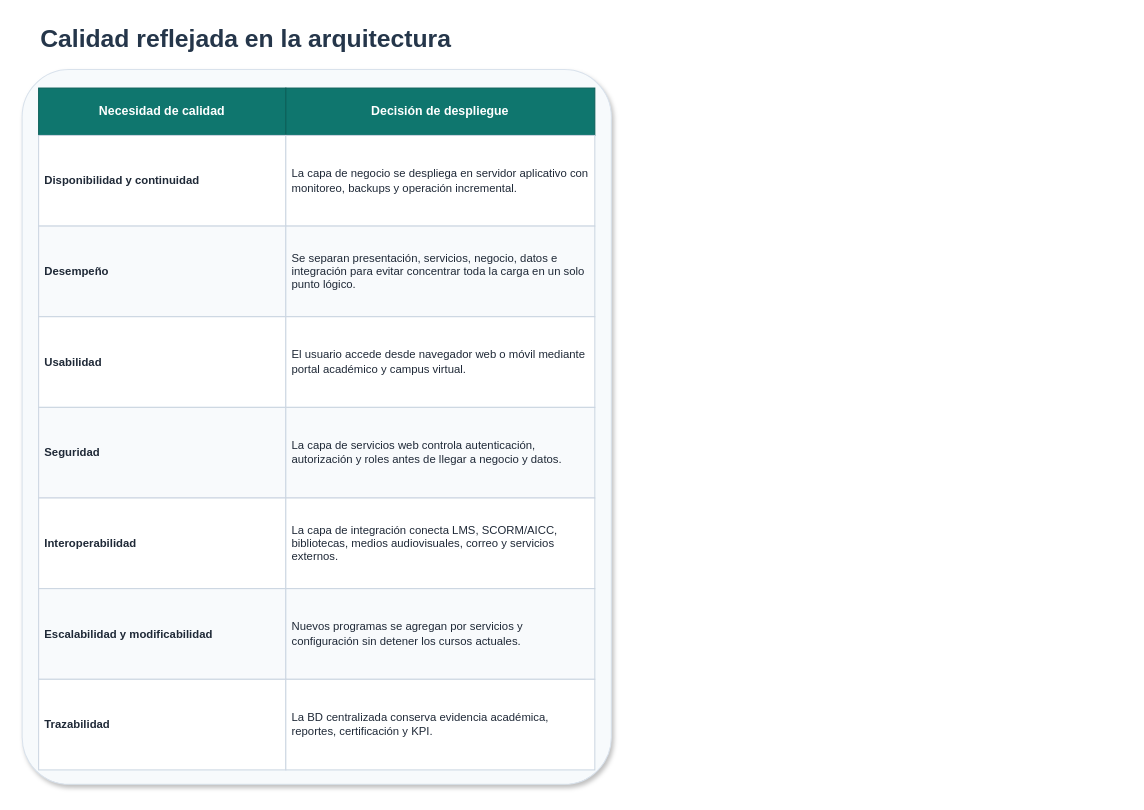
This is page "Calidad reflejada en la arquitectura" (3 of 3) of diagramas/tablas/Tablas_Arquitectura_Despliegue_BLearning.drawio from Jsue46/exposicionayd, a draw.io file, before an edit. Source tidied: cells renumbered, new cells numbered last; positions are measured from the earlier drawing's top-left corner, leaving out a move shared by most shapes. Both pictures are drawn from the tidied source at 103%, with x=0, y=0 at pixel (22, 18).
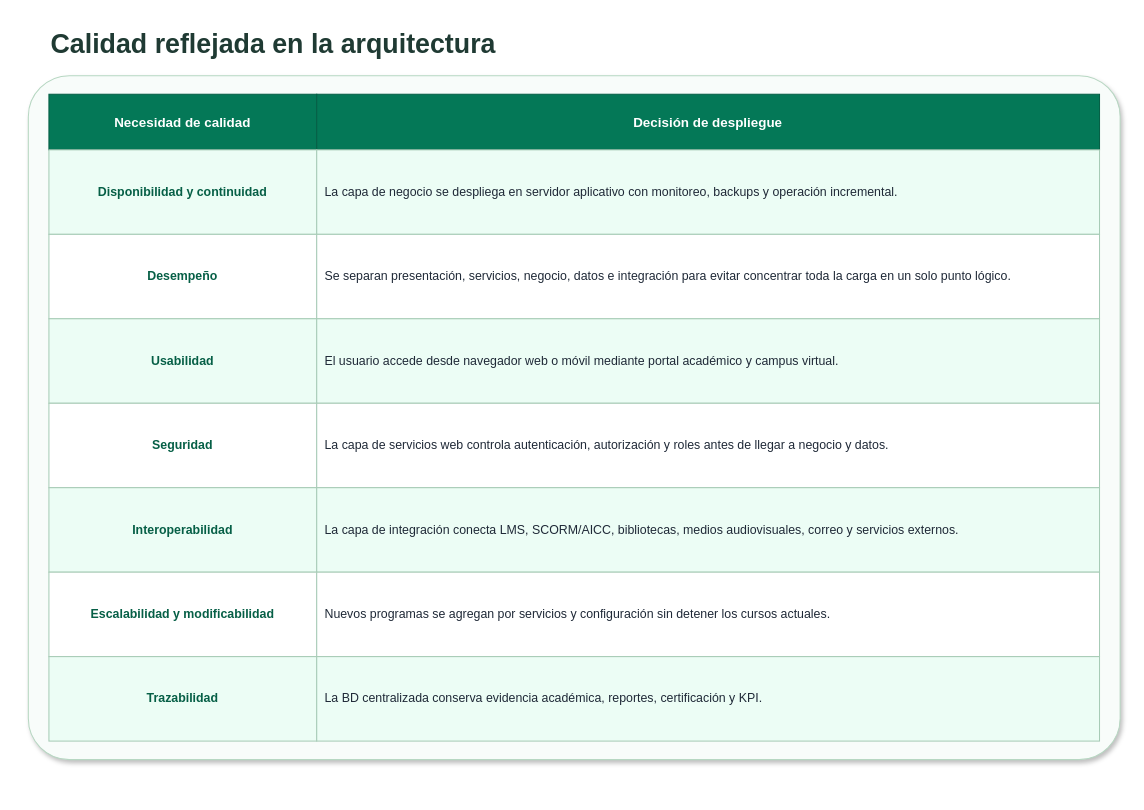
The same diagram, later.

Change to the diagram source:
```diff
@@
 <mxGraphModel>
   <root>
     <mxCell id="0" />
     <mxCell id="1" parent="0" />
-    <mxCell id="2" value="Calidad reflejada en la arquitectura" style="text;html=1;strokeColor=none;fillColor=none;align=left;verticalAlign=middle;whiteSpace=wrap;rounded=0;fontSize=24;fontStyle=1;fontColor=#25364A;" parent="1" vertex="1">
-      <mxGeometry x="16" width="540" height="42" as="geometry" />
+    <mxCell id="2" value="Calidad reflejada en la arquitectura" style="text;html=1;strokeColor=none;fillColor=none;align=left;verticalAlign=middle;whiteSpace=wrap;rounded=0;fontSize=26;fontStyle=1;fontColor=#1F3A33;" parent="1" vertex="1">
+      <mxGeometry x="26" y="2" width="1020" height="46" as="geometry" />
     </mxCell>
-    <mxCell id="3" style="rounded=1;whiteSpace=wrap;html=1;fillColor=#F7FAFC;strokeColor=#D9E2EC;arcSize=8;shadow=1;" parent="1" vertex="1">
-      <mxGeometry y="50" width="572" height="694" as="geometry" />
+    <mxCell id="3" style="rounded=1;whiteSpace=wrap;html=1;fillColor=#F8FCFA;strokeColor=#B7D7C2;arcSize=6;shadow=1;" parent="1" vertex="1">
+      <mxGeometry x="6" y="56" width="1060" height="664" as="geometry" />
     </mxCell>
-    <mxCell id="4" value="Necesidad de calidad" style="rounded=0;whiteSpace=wrap;html=1;fillColor=#0F766E;strokeColor=#0B5F59;fontColor=#FFFFFF;fontStyle=1;align=center;verticalAlign=middle;fontSize=12;spacing=6;" parent="1" vertex="1">
-      <mxGeometry x="16" y="68" width="240" height="46" as="geometry" />
+    <mxCell id="4" value="Necesidad de calidad" style="rounded=0;whiteSpace=wrap;html=1;fillColor=#047857;strokeColor=#065F46;fontColor=#FFFFFF;fontStyle=1;align=center;verticalAlign=middle;fontSize=13;spacing=8;" parent="1" vertex="1">
+      <mxGeometry x="26" y="74" width="260" height="54" as="geometry" />
     </mxCell>
-    <mxCell id="5" value="Decisión de despliegue" style="rounded=0;whiteSpace=wrap;html=1;fillColor=#0F766E;strokeColor=#0B5F59;fontColor=#FFFFFF;fontStyle=1;align=center;verticalAlign=middle;fontSize=12;spacing=6;" parent="1" vertex="1">
-      <mxGeometry x="256" y="68" width="300" height="46" as="geometry" />
+    <mxCell id="5" value="Decisión de despliegue" style="rounded=0;whiteSpace=wrap;html=1;fillColor=#047857;strokeColor=#065F46;fontColor=#FFFFFF;fontStyle=1;align=center;verticalAlign=middle;fontSize=13;spacing=8;" parent="1" vertex="1">
+      <mxGeometry x="286" y="74" width="760" height="54" as="geometry" />
     </mxCell>
-    <mxCell id="6" value="Disponibilidad y continuidad" style="rounded=0;whiteSpace=wrap;html=1;fillColor=#FFFFFF;strokeColor=#CBD5E1;fontColor=#1F2937;fontStyle=1;align=left;verticalAlign=middle;fontSize=11;spacing=6;" parent="1" vertex="1">
-      <mxGeometry x="16" y="114" width="240" height="88" as="geometry" />
+    <mxCell id="6" value="Disponibilidad y continuidad" style="rounded=0;whiteSpace=wrap;html=1;fillColor=#ECFDF5;strokeColor=#A7CBB6;fontColor=#065F46;fontStyle=1;align=center;verticalAlign=middle;fontSize=12;spacing=8;" parent="1" vertex="1">
+      <mxGeometry x="26" y="128" width="260" height="82" as="geometry" />
     </mxCell>
-    <mxCell id="7" value="La capa de negocio se despliega en servidor aplicativo con monitoreo, backups y operación incremental." style="rounded=0;whiteSpace=wrap;html=1;fillColor=#FFFFFF;strokeColor=#CBD5E1;fontColor=#1F2937;fontStyle=0;align=left;verticalAlign=middle;fontSize=11;spacing=6;" parent="1" vertex="1">
-      <mxGeometry x="256" y="114" width="300" height="88" as="geometry" />
+    <mxCell id="7" value="La capa de negocio se despliega en servidor aplicativo con monitoreo, backups y operación incremental." style="rounded=0;whiteSpace=wrap;html=1;fillColor=#ECFDF5;strokeColor=#A7CBB6;fontColor=#1F2937;fontStyle=0;align=left;verticalAlign=middle;fontSize=12;spacing=8;" parent="1" vertex="1">
+      <mxGeometry x="286" y="128" width="760" height="82" as="geometry" />
     </mxCell>
-    <mxCell id="8" value="Desempeño" style="rounded=0;whiteSpace=wrap;html=1;fillColor=#F8FAFC;strokeColor=#CBD5E1;fontColor=#1F2937;fontStyle=1;align=left;verticalAlign=middle;fontSize=11;spacing=6;" parent="1" vertex="1">
-      <mxGeometry x="16" y="202" width="240" height="88" as="geometry" />
+    <mxCell id="8" value="Desempeño" style="rounded=0;whiteSpace=wrap;html=1;fillColor=#FFFFFF;strokeColor=#A7CBB6;fontColor=#065F46;fontStyle=1;align=center;verticalAlign=middle;fontSize=12;spacing=8;" parent="1" vertex="1">
+      <mxGeometry x="26" y="210" width="260" height="82" as="geometry" />
     </mxCell>
-    <mxCell id="9" value="Se separan presentación, servicios, negocio, datos e integración para evitar concentrar toda la carga en un solo punto lógico." style="rounded=0;whiteSpace=wrap;html=1;fillColor=#F8FAFC;strokeColor=#CBD5E1;fontColor=#1F2937;fontStyle=0;align=left;verticalAlign=middle;fontSize=11;spacing=6;" parent="1" vertex="1">
-      <mxGeometry x="256" y="202" width="300" height="88" as="geometry" />
+    <mxCell id="9" value="Se separan presentación, servicios, negocio, datos e integración para evitar concentrar toda la carga en un solo punto lógico." style="rounded=0;whiteSpace=wrap;html=1;fillColor=#FFFFFF;strokeColor=#A7CBB6;fontColor=#1F2937;fontStyle=0;align=left;verticalAlign=middle;fontSize=12;spacing=8;" parent="1" vertex="1">
+      <mxGeometry x="286" y="210" width="760" height="82" as="geometry" />
     </mxCell>
-    <mxCell id="10" value="Usabilidad" style="rounded=0;whiteSpace=wrap;html=1;fillColor=#FFFFFF;strokeColor=#CBD5E1;fontColor=#1F2937;fontStyle=1;align=left;verticalAlign=middle;fontSize=11;spacing=6;" parent="1" vertex="1">
-      <mxGeometry x="16" y="290" width="240" height="88" as="geometry" />
+    <mxCell id="10" value="Usabilidad" style="rounded=0;whiteSpace=wrap;html=1;fillColor=#ECFDF5;strokeColor=#A7CBB6;fontColor=#065F46;fontStyle=1;align=center;verticalAlign=middle;fontSize=12;spacing=8;" parent="1" vertex="1">
+      <mxGeometry x="26" y="292" width="260" height="82" as="geometry" />
     </mxCell>
-    <mxCell id="11" value="El usuario accede desde navegador web o móvil mediante portal académico y campus virtual." style="rounded=0;whiteSpace=wrap;html=1;fillColor=#FFFFFF;strokeColor=#CBD5E1;fontColor=#1F2937;fontStyle=0;align=left;verticalAlign=middle;fontSize=11;spacing=6;" parent="1" vertex="1">
-      <mxGeometry x="256" y="290" width="300" height="88" as="geometry" />
+    <mxCell id="11" value="El usuario accede desde navegador web o móvil mediante portal académico y campus virtual." style="rounded=0;whiteSpace=wrap;html=1;fillColor=#ECFDF5;strokeColor=#A7CBB6;fontColor=#1F2937;fontStyle=0;align=left;verticalAlign=middle;fontSize=12;spacing=8;" parent="1" vertex="1">
+      <mxGeometry x="286" y="292" width="760" height="82" as="geometry" />
     </mxCell>
-    <mxCell id="12" value="Seguridad" style="rounded=0;whiteSpace=wrap;html=1;fillColor=#F8FAFC;strokeColor=#CBD5E1;fontColor=#1F2937;fontStyle=1;align=left;verticalAlign=middle;fontSize=11;spacing=6;" parent="1" vertex="1">
-      <mxGeometry x="16" y="378" width="240" height="88" as="geometry" />
+    <mxCell id="12" value="Seguridad" style="rounded=0;whiteSpace=wrap;html=1;fillColor=#FFFFFF;strokeColor=#A7CBB6;fontColor=#065F46;fontStyle=1;align=center;verticalAlign=middle;fontSize=12;spacing=8;" parent="1" vertex="1">
+      <mxGeometry x="26" y="374" width="260" height="82" as="geometry" />
     </mxCell>
-    <mxCell id="13" value="La capa de servicios web controla autenticación, autorización y roles antes de llegar a negocio y datos." style="rounded=0;whiteSpace=wrap;html=1;fillColor=#F8FAFC;strokeColor=#CBD5E1;fontColor=#1F2937;fontStyle=0;align=left;verticalAlign=middle;fontSize=11;spacing=6;" parent="1" vertex="1">
-      <mxGeometry x="256" y="378" width="300" height="88" as="geometry" />
+    <mxCell id="13" value="La capa de servicios web controla autenticación, autorización y roles antes de llegar a negocio y datos." style="rounded=0;whiteSpace=wrap;html=1;fillColor=#FFFFFF;strokeColor=#A7CBB6;fontColor=#1F2937;fontStyle=0;align=left;verticalAlign=middle;fontSize=12;spacing=8;" parent="1" vertex="1">
+      <mxGeometry x="286" y="374" width="760" height="82" as="geometry" />
     </mxCell>
-    <mxCell id="14" value="Interoperabilidad" style="rounded=0;whiteSpace=wrap;html=1;fillColor=#FFFFFF;strokeColor=#CBD5E1;fontColor=#1F2937;fontStyle=1;align=left;verticalAlign=middle;fontSize=11;spacing=6;" parent="1" vertex="1">
-      <mxGeometry x="16" y="466" width="240" height="88" as="geometry" />
+    <mxCell id="14" value="Interoperabilidad" style="rounded=0;whiteSpace=wrap;html=1;fillColor=#ECFDF5;strokeColor=#A7CBB6;fontColor=#065F46;fontStyle=1;align=center;verticalAlign=middle;fontSize=12;spacing=8;" parent="1" vertex="1">
+      <mxGeometry x="26" y="456" width="260" height="82" as="geometry" />
     </mxCell>
-    <mxCell id="15" value="La capa de integración conecta LMS, SCORM/AICC, bibliotecas, medios audiovisuales, correo y servicios externos." style="rounded=0;whiteSpace=wrap;html=1;fillColor=#FFFFFF;strokeColor=#CBD5E1;fontColor=#1F2937;fontStyle=0;align=left;verticalAlign=middle;fontSize=11;spacing=6;" parent="1" vertex="1">
-      <mxGeometry x="256" y="466" width="300" height="88" as="geometry" />
+    <mxCell id="15" value="La capa de integración conecta LMS, SCORM/AICC, bibliotecas, medios audiovisuales, correo y servicios externos." style="rounded=0;whiteSpace=wrap;html=1;fillColor=#ECFDF5;strokeColor=#A7CBB6;fontColor=#1F2937;fontStyle=0;align=left;verticalAlign=middle;fontSize=12;spacing=8;" parent="1" vertex="1">
+      <mxGeometry x="286" y="456" width="760" height="82" as="geometry" />
     </mxCell>
-    <mxCell id="16" value="Escalabilidad y modificabilidad" style="rounded=0;whiteSpace=wrap;html=1;fillColor=#F8FAFC;strokeColor=#CBD5E1;fontColor=#1F2937;fontStyle=1;align=left;verticalAlign=middle;fontSize=11;spacing=6;" parent="1" vertex="1">
-      <mxGeometry x="16" y="554" width="240" height="88" as="geometry" />
+    <mxCell id="16" value="Escalabilidad y modificabilidad" style="rounded=0;whiteSpace=wrap;html=1;fillColor=#FFFFFF;strokeColor=#A7CBB6;fontColor=#065F46;fontStyle=1;align=center;verticalAlign=middle;fontSize=12;spacing=8;" parent="1" vertex="1">
+      <mxGeometry x="26" y="538" width="260" height="82" as="geometry" />
     </mxCell>
-    <mxCell id="17" value="Nuevos programas se agregan por servicios y configuración sin detener los cursos actuales." style="rounded=0;whiteSpace=wrap;html=1;fillColor=#F8FAFC;strokeColor=#CBD5E1;fontColor=#1F2937;fontStyle=0;align=left;verticalAlign=middle;fontSize=11;spacing=6;" parent="1" vertex="1">
-      <mxGeometry x="256" y="554" width="300" height="88" as="geometry" />
+    <mxCell id="17" value="Nuevos programas se agregan por servicios y configuración sin detener los cursos actuales." style="rounded=0;whiteSpace=wrap;html=1;fillColor=#FFFFFF;strokeColor=#A7CBB6;fontColor=#1F2937;fontStyle=0;align=left;verticalAlign=middle;fontSize=12;spacing=8;" parent="1" vertex="1">
+      <mxGeometry x="286" y="538" width="760" height="82" as="geometry" />
     </mxCell>
-    <mxCell id="18" value="Trazabilidad" style="rounded=0;whiteSpace=wrap;html=1;fillColor=#FFFFFF;strokeColor=#CBD5E1;fontColor=#1F2937;fontStyle=1;align=left;verticalAlign=middle;fontSize=11;spacing=6;" parent="1" vertex="1">
-      <mxGeometry x="16" y="642" width="240" height="88" as="geometry" />
+    <mxCell id="18" value="Trazabilidad" style="rounded=0;whiteSpace=wrap;html=1;fillColor=#ECFDF5;strokeColor=#A7CBB6;fontColor=#065F46;fontStyle=1;align=center;verticalAlign=middle;fontSize=12;spacing=8;" parent="1" vertex="1">
+      <mxGeometry x="26" y="620" width="260" height="82" as="geometry" />
     </mxCell>
-    <mxCell id="19" value="La BD centralizada conserva evidencia académica, reportes, certificación y KPI." style="rounded=0;whiteSpace=wrap;html=1;fillColor=#FFFFFF;strokeColor=#CBD5E1;fontColor=#1F2937;fontStyle=0;align=left;verticalAlign=middle;fontSize=11;spacing=6;" parent="1" vertex="1">
-      <mxGeometry x="256" y="642" width="300" height="88" as="geometry" />
+    <mxCell id="19" value="La BD centralizada conserva evidencia académica, reportes, certificación y KPI." style="rounded=0;whiteSpace=wrap;html=1;fillColor=#ECFDF5;strokeColor=#A7CBB6;fontColor=#1F2937;fontStyle=0;align=left;verticalAlign=middle;fontSize=12;spacing=8;" parent="1" vertex="1">
+      <mxGeometry x="286" y="620" width="760" height="82" as="geometry" />
     </mxCell>
   </root>
 </mxGraphModel>
```
